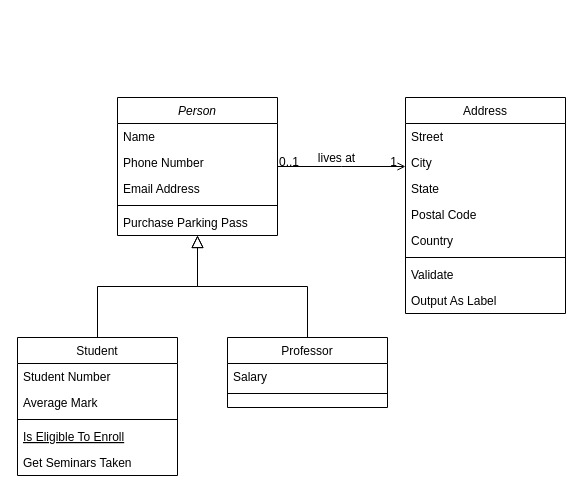
thiaguinhobyra/desafio-classe-iphone keeps this draw.io diagram as Diagrama sem nome.drawio. Above is the earlier version. Source tidied: cells renumbered, new cells numbered last; positions are measured from the earlier drawing's top-left corner, leaving out a move shared by most shapes. Both pictures are drawn from the tidied source at 100%, with x=0, y=0 at pixel (17, 97).
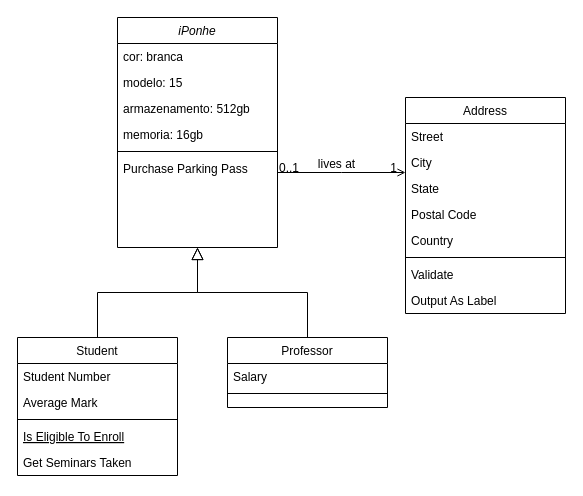
The same page after the edit.

What changed in the source:
```diff
@@
-    <mxCell id="2" value="Person" style="swimlane;fontStyle=2;align=center;verticalAlign=top;horizontal=1;startSize=26;rounded=0;shadow=0;strokeWidth=1;" parent="1" vertex="1">
-      <mxGeometry x="100" width="160" height="138" as="geometry" />
+    <mxCell id="2" value="iPonhe" style="swimlane;fontStyle=2;align=center;verticalAlign=top;horizontal=1;startSize=26;rounded=0;shadow=0;strokeWidth=1;" parent="1" vertex="1">
+      <mxGeometry x="100" y="-80" width="160" height="230" as="geometry" />
     </mxCell>
-    <mxCell id="3" value="Name" style="text;align=left;verticalAlign=top;spacingLeft=4;spacingRight=4;overflow=hidden;" parent="2" vertex="1">
+    <mxCell id="3" value="cor: branca" style="text;align=left;verticalAlign=top;spacingLeft=4;spacingRight=4;overflow=hidden;" parent="2" vertex="1">
       <mxGeometry y="26" width="160" height="26" as="geometry" />
     </mxCell>
-    <mxCell id="4" value="Phone Number" style="text;align=left;verticalAlign=top;spacingLeft=4;spacingRight=4;overflow=hidden;rounded=0;shadow=0;html=0;" parent="2" vertex="1">
+    <mxCell id="4" value="modelo: 15" style="text;align=left;verticalAlign=top;spacingLeft=4;spacingRight=4;overflow=hidden;rounded=0;shadow=0;html=0;" parent="2" vertex="1">
       <mxGeometry y="52" width="160" height="26" as="geometry" />
     </mxCell>
+    <mxCell id="32" value="armazenamento: 512gb" style="text;align=left;verticalAlign=top;spacingLeft=4;spacingRight=4;overflow=hidden;rounded=0;shadow=0;html=0;" parent="2" vertex="1">
+      <mxGeometry y="78" width="160" height="26" as="geometry" />
+    </mxCell>
-    <mxCell id="5" value="Email Address" style="text;align=left;verticalAlign=top;spacingLeft=4;spacingRight=4;overflow=hidden;rounded=0;shadow=0;html=0;" parent="2" vertex="1">
-      <mxGeometry y="78" width="160" height="26" as="geometry" />
+    <mxCell id="5" value="memoria: 16gb" style="text;align=left;verticalAlign=top;spacingLeft=4;spacingRight=4;overflow=hidden;rounded=0;shadow=0;html=0;" parent="2" vertex="1">
+      <mxGeometry y="104" width="160" height="26" as="geometry" />
     </mxCell>
     <mxCell id="6" style="line;html=1;strokeWidth=1;align=left;verticalAlign=middle;spacingTop=-1;spacingLeft=3;spacingRight=3;labelPosition=right;" parent="2" vertex="1">
-      <mxGeometry y="104" width="160" height="8" as="geometry" />
+      <mxGeometry y="130" width="160" height="8" as="geometry" />
     </mxCell>
     <mxCell id="7" value="Purchase Parking Pass" style="text;align=left;verticalAlign=top;spacingLeft=4;spacingRight=4;overflow=hidden;" parent="2" vertex="1">
-      <mxGeometry y="112" width="160" height="26" as="geometry" />
+      <mxGeometry y="138" width="160" height="26" as="geometry" />
     </mxCell>
```
